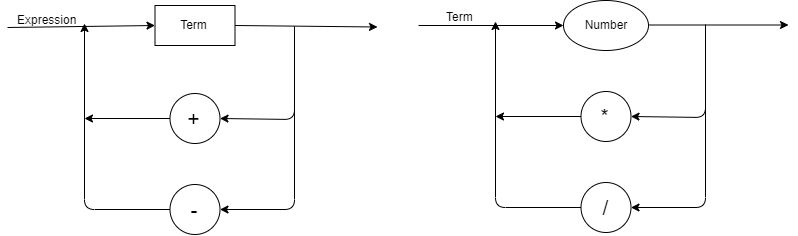
GiuPassarelli/LogicaComp keeps this draw.io diagram as diagrama-sintatico.png. Above is the earlier version. Source tidied: cells renumbered, new cells last; positions are measured from the earlier drawing's top-left corner, leaving out a move shared by most shapes.
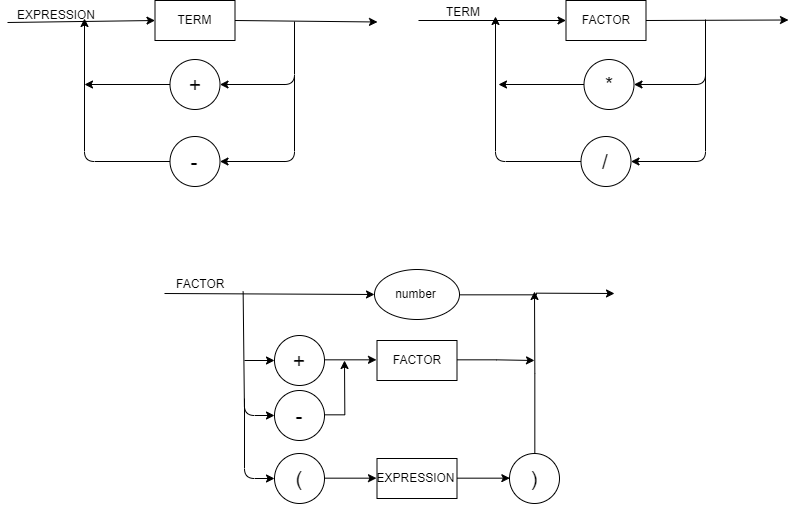
After the change.

Change to the diagram source:
```diff
@@ -2,17 +2,21 @@
   <root>
     <mxCell id="0" />
     <mxCell id="1" parent="0" />
+    <mxCell id="22" style="edgeStyle=orthogonalEdgeStyle;rounded=0;jettySize=auto;html=1;exitX=1;exitY=0.5;exitDx=0;exitDy=0;" parent="1" edge="1" source="2">
+      <mxGeometry relative="1" as="geometry">
+        <mxPoint x="607" y="298" as="targetPoint" />
+      </mxGeometry>
+    </mxCell>
-    <mxCell id="2" value="Number" style="ellipse;whiteSpace=wrap;html=1;" parent="1" vertex="1">
-      <mxGeometry x="556" width="85" height="50" as="geometry" />
+    <mxCell id="2" value="number" style="ellipse;whiteSpace=wrap;html=1;" parent="1" vertex="1">
+      <mxGeometry x="367" y="274" width="85" height="50" as="geometry" />
     </mxCell>
-    <mxCell id="3" style="endArrow=classic;html=1;entryX=0;entryY=0.5;entryDx=0;entryDy=0;" parent="1" edge="1" target="2">
+    <mxCell id="3" style="endArrow=classic;html=1;entryX=0;entryY=0.5;entryDx=0;entryDy=0;" parent="1" edge="1" target="23">
       <mxGeometry relative="1" as="geometry">
         <mxPoint x="411" y="25" as="sourcePoint" />
       </mxGeometry>
     </mxCell>
-    <mxCell id="4" style="endArrow=classic;html=1;entryX=0;entryY=0.5;entryDx=0;entryDy=0;" parent="1" edge="1">
+    <mxCell id="4" style="endArrow=classic;html=1;entryX=0;entryY=0.5;entryDx=0;entryDy=0;exitX=1;exitY=0.5;exitDx=0;exitDy=0;" parent="1" edge="1" source="23">
       <mxGeometry relative="1" as="geometry">
-        <mxPoint x="641" y="24.5" as="sourcePoint" />
         <mxPoint x="781" y="24.5" as="targetPoint" />
       </mxGeometry>
     </mxCell>
@@ -20,21 +24,21 @@
       <mxGeometry relative="1" as="geometry">
         <mxPoint x="698" y="24" as="sourcePoint" />
         <Array as="points">
-          <mxPoint x="698" y="117" />
+          <mxPoint x="698" y="89" />
         </Array>
       </mxGeometry>
     </mxCell>
     <mxCell id="6" value="&lt;div style=&quot;text-align: justify&quot;&gt;&lt;span&gt;&lt;font style=&quot;font-size: 21px&quot;&gt;*&lt;/font&gt;&lt;/span&gt;&lt;/div&gt;" style="ellipse;whiteSpace=wrap;html=1;" parent="1" vertex="1">
-      <mxGeometry x="573.5" y="91" width="50" height="50" as="geometry" />
+      <mxGeometry x="576.5" y="64" width="50" height="50" as="geometry" />
     </mxCell>
     <mxCell id="7" value="&lt;div style=&quot;text-align: justify&quot;&gt;&lt;span&gt;&lt;font style=&quot;font-size: 21px&quot;&gt;/&lt;/font&gt;&lt;/span&gt;&lt;/div&gt;" style="ellipse;whiteSpace=wrap;html=1;" parent="1" vertex="1">
-      <mxGeometry x="573.5" y="182" width="50" height="50" as="geometry" />
+      <mxGeometry x="573.5" y="141" width="50" height="50" as="geometry" />
     </mxCell>
     <mxCell id="8" style="endArrow=classic;html=1;entryX=1;entryY=0.5;entryDx=0;entryDy=0;" parent="1" edge="1" target="7">
       <mxGeometry relative="1" as="geometry">
-        <mxPoint x="698" y="101" as="sourcePoint" />
+        <mxPoint x="698" y="71" as="sourcePoint" />
         <Array as="points">
-          <mxPoint x="698" y="207" />
+          <mxPoint x="698" y="166" />
         </Array>
       </mxGeometry>
     </mxCell>
@@ -42,13 +46,13 @@
       <mxGeometry relative="1" as="geometry">
         <mxPoint x="488" y="21" as="targetPoint" />
         <Array as="points">
-          <mxPoint x="488" y="207" />
+          <mxPoint x="488" y="166" />
         </Array>
       </mxGeometry>
     </mxCell>
     <mxCell id="10" style="endArrow=classic;html=1;exitX=0;exitY=0.5;exitDx=0;exitDy=0;" parent="1" edge="1" source="6">
       <mxGeometry relative="1" as="geometry">
-        <mxPoint x="488" y="116" as="targetPoint" />
+        <mxPoint x="491" y="89" as="targetPoint" />
       </mxGeometry>
     </mxCell>
     <mxCell id="11" style="endArrow=classic;html=1;entryX=0;entryY=0.5;entryDx=0;entryDy=0;" parent="1" edge="1" target="21">
@@ -65,21 +69,21 @@
       <mxGeometry relative="1" as="geometry">
         <mxPoint x="287" y="26" as="sourcePoint" />
         <Array as="points">
-          <mxPoint x="287" y="119" />
+          <mxPoint x="287" y="89" />
         </Array>
       </mxGeometry>
     </mxCell>
     <mxCell id="14" value="&lt;div style=&quot;text-align: justify&quot;&gt;&lt;span&gt;&lt;font style=&quot;font-size: 21px&quot;&gt;+&lt;/font&gt;&lt;/span&gt;&lt;/div&gt;" style="ellipse;whiteSpace=wrap;html=1;" parent="1" vertex="1">
-      <mxGeometry x="162.5" y="93" width="50" height="50" as="geometry" />
+      <mxGeometry x="162.5" y="64" width="50" height="50" as="geometry" />
     </mxCell>
     <mxCell id="15" value="&lt;div style=&quot;text-align: justify&quot;&gt;&lt;span&gt;&lt;font style=&quot;font-size: 21px&quot;&gt;-&lt;/font&gt;&lt;/span&gt;&lt;/div&gt;" style="ellipse;whiteSpace=wrap;html=1;" parent="1" vertex="1">
-      <mxGeometry x="162.5" y="184" width="50" height="50" as="geometry" />
+      <mxGeometry x="162.5" y="141" width="50" height="50" as="geometry" />
     </mxCell>
     <mxCell id="16" style="endArrow=classic;html=1;entryX=1;entryY=0.5;entryDx=0;entryDy=0;" parent="1" edge="1" target="15">
       <mxGeometry relative="1" as="geometry">
-        <mxPoint x="287" y="103" as="sourcePoint" />
+        <mxPoint x="287" y="81" as="sourcePoint" />
         <Array as="points">
-          <mxPoint x="287" y="209" />
+          <mxPoint x="287" y="166" />
         </Array>
       </mxGeometry>
     </mxCell>
@@ -87,23 +91,96 @@
       <mxGeometry relative="1" as="geometry">
         <mxPoint x="77" y="23" as="targetPoint" />
         <Array as="points">
-          <mxPoint x="77" y="209" />
+          <mxPoint x="77" y="166" />
         </Array>
       </mxGeometry>
     </mxCell>
     <mxCell id="18" style="endArrow=classic;html=1;exitX=0;exitY=0.5;exitDx=0;exitDy=0;" parent="1" edge="1" source="14">
       <mxGeometry relative="1" as="geometry">
-        <mxPoint x="77" y="118" as="targetPoint" />
+        <mxPoint x="77" y="89" as="targetPoint" />
       </mxGeometry>
     </mxCell>
-    <mxCell id="19" value="Expression" style="text;html=1;align=left;verticalAlign=top;spacingTop=-4;" parent="1" vertex="1">
-      <mxGeometry x="8" y="10" width="70" height="20" as="geometry" />
+    <mxCell id="19" value="EXPRESSION" style="text;html=1;align=left;verticalAlign=top;spacingTop=-4;" parent="1" vertex="1">
+      <mxGeometry x="8" y="10" width="90" height="20" as="geometry" />
     </mxCell>
-    <mxCell id="20" value="Term" style="text;html=1;align=left;verticalAlign=top;spacingTop=-4;" parent="1" vertex="1">
-      <mxGeometry x="437" y="7" width="40" height="20" as="geometry" />
+    <mxCell id="20" value="TERM" style="text;html=1;align=left;verticalAlign=top;spacingTop=-4;" parent="1" vertex="1">
+      <mxGeometry x="437" y="7" width="50" height="20" as="geometry" />
     </mxCell>
-    <mxCell id="21" value="Term" style="rounded=0;whiteSpace=wrap;html=1;" parent="1" vertex="1">
+    <mxCell id="21" value="TERM" style="rounded=0;whiteSpace=wrap;html=1;" parent="1" vertex="1">
       <mxGeometry x="147.5" y="5" width="80" height="40" as="geometry" />
     </mxCell>
+    <mxCell id="23" value="FACTOR" style="rounded=0;whiteSpace=wrap;html=1;" parent="1" vertex="1">
+      <mxGeometry x="558.5" y="5" width="80" height="40" as="geometry" />
+    </mxCell>
+    <mxCell id="24" style="endArrow=classic;html=1;entryX=0;entryY=0.5;entryDx=0;entryDy=0;" parent="1" edge="1" target="2">
+      <mxGeometry relative="1" as="geometry">
+        <mxPoint x="157" y="298" as="sourcePoint" />
+      </mxGeometry>
+    </mxCell>
+    <mxCell id="25" value="FACTOR" style="text;html=1;points=[];align=left;verticalAlign=top;spacingTop=-4;" parent="1" vertex="1">
+      <mxGeometry x="167" y="279" width="60" height="20" as="geometry" />
+    </mxCell>
+    <mxCell id="26" style="edgeStyle=orthogonalEdgeStyle;rounded=0;jettySize=auto;html=1;exitX=1;exitY=0.5;exitDx=0;exitDy=0;" parent="1" edge="1" source="27">
+      <mxGeometry relative="1" as="geometry">
+        <mxPoint x="527" y="365" as="targetPoint" />
+      </mxGeometry>
+    </mxCell>
+    <mxCell id="27" value="FACTOR" style="rounded=0;whiteSpace=wrap;html=1;" parent="1" vertex="1">
+      <mxGeometry x="369.5" y="345" width="80" height="40" as="geometry" />
+    </mxCell>
+    <mxCell id="28" style="edgeStyle=orthogonalEdgeStyle;rounded=0;jettySize=auto;html=1;exitX=1;exitY=0.5;exitDx=0;exitDy=0;entryX=0;entryY=0.5;entryDx=0;entryDy=0;" parent="1" edge="1" source="29" target="37">
+      <mxGeometry relative="1" as="geometry" />
+    </mxCell>
+    <mxCell id="29" value="EXPRESSION" style="rounded=0;whiteSpace=wrap;html=1;" parent="1" vertex="1">
+      <mxGeometry x="369.5" y="463" width="80" height="40" as="geometry" />
+    </mxCell>
+    <mxCell id="30" style="edgeStyle=orthogonalEdgeStyle;rounded=0;jettySize=auto;html=1;exitX=1;exitY=0.5;exitDx=0;exitDy=0;entryX=0;entryY=0.5;entryDx=0;entryDy=0;" parent="1" edge="1" source="31" target="27">
+      <mxGeometry relative="1" as="geometry" />
+    </mxCell>
+    <mxCell id="31" value="&lt;div style=&quot;text-align: justify&quot;&gt;&lt;span&gt;&lt;font style=&quot;font-size: 21px&quot;&gt;+&lt;/font&gt;&lt;/span&gt;&lt;/div&gt;" style="ellipse;whiteSpace=wrap;html=1;" parent="1" vertex="1">
+      <mxGeometry x="267" y="340" width="50" height="50" as="geometry" />
+    </mxCell>
+    <mxCell id="32" style="edgeStyle=orthogonalEdgeStyle;rounded=0;jettySize=auto;html=1;exitX=1;exitY=0.5;exitDx=0;exitDy=0;" parent="1" edge="1" source="33">
+      <mxGeometry relative="1" as="geometry">
+        <mxPoint x="337" y="365" as="targetPoint" />
+      </mxGeometry>
+    </mxCell>
+    <mxCell id="33" value="&lt;div style=&quot;text-align: justify&quot;&gt;&lt;span&gt;&lt;font style=&quot;font-size: 21px&quot;&gt;-&lt;/font&gt;&lt;/span&gt;&lt;/div&gt;" style="ellipse;whiteSpace=wrap;html=1;" parent="1" vertex="1">
+      <mxGeometry x="267" y="395" width="50" height="50" as="geometry" />
+    </mxCell>
+    <mxCell id="34" style="edgeStyle=orthogonalEdgeStyle;rounded=0;jettySize=auto;html=1;exitX=1;exitY=0.5;exitDx=0;exitDy=0;entryX=0;entryY=0.5;entryDx=0;entryDy=0;" parent="1" edge="1" source="35" target="29">
+      <mxGeometry relative="1" as="geometry" />
+    </mxCell>
+    <mxCell id="35" value="&lt;div style=&quot;text-align: justify&quot;&gt;&lt;span&gt;&lt;font style=&quot;font-size: 21px&quot;&gt;(&lt;/font&gt;&lt;/span&gt;&lt;/div&gt;" style="ellipse;whiteSpace=wrap;html=1;" parent="1" vertex="1">
+      <mxGeometry x="267" y="458" width="50" height="50" as="geometry" />
+    </mxCell>
+    <mxCell id="36" style="edgeStyle=orthogonalEdgeStyle;rounded=0;jettySize=auto;html=1;exitX=0.5;exitY=0;exitDx=0;exitDy=0;" parent="1" edge="1" source="37">
+      <mxGeometry relative="1" as="geometry">
+        <mxPoint x="527" y="296" as="targetPoint" />
+      </mxGeometry>
+    </mxCell>
+    <mxCell id="37" value="&lt;div style=&quot;text-align: justify&quot;&gt;&lt;span&gt;&lt;font style=&quot;font-size: 21px&quot;&gt;)&lt;/font&gt;&lt;/span&gt;&lt;/div&gt;" style="ellipse;whiteSpace=wrap;html=1;" parent="1" vertex="1">
+      <mxGeometry x="502" y="458" width="50" height="50" as="geometry" />
+    </mxCell>
+    <mxCell id="38" style="endArrow=classic;html=1;entryX=0;entryY=0.5;entryDx=0;entryDy=0;" parent="1" edge="1" target="31">
+      <mxGeometry relative="1" as="geometry">
+        <mxPoint x="237" y="365" as="sourcePoint" />
+      </mxGeometry>
+    </mxCell>
+    <mxCell id="39" style="endArrow=classic;html=1;entryX=0;entryY=0.5;entryDx=0;entryDy=0;exitX=1.144;exitY=0.85;exitDx=0;exitDy=0;exitPerimeter=0;" parent="1" edge="1" source="25" target="33">
+      <mxGeometry relative="1" as="geometry">
+        <Array as="points">
+          <mxPoint x="237" y="420" />
+        </Array>
+      </mxGeometry>
+    </mxCell>
+    <mxCell id="40" style="endArrow=classic;html=1;entryX=0;entryY=0.5;entryDx=0;entryDy=0;" parent="1" edge="1" target="35">
+      <mxGeometry relative="1" as="geometry">
+        <mxPoint x="237" y="403" as="sourcePoint" />
+        <Array as="points">
+          <mxPoint x="237" y="483" />
+        </Array>
+      </mxGeometry>
+    </mxCell>
   </root>
 </mxGraphModel>
```
